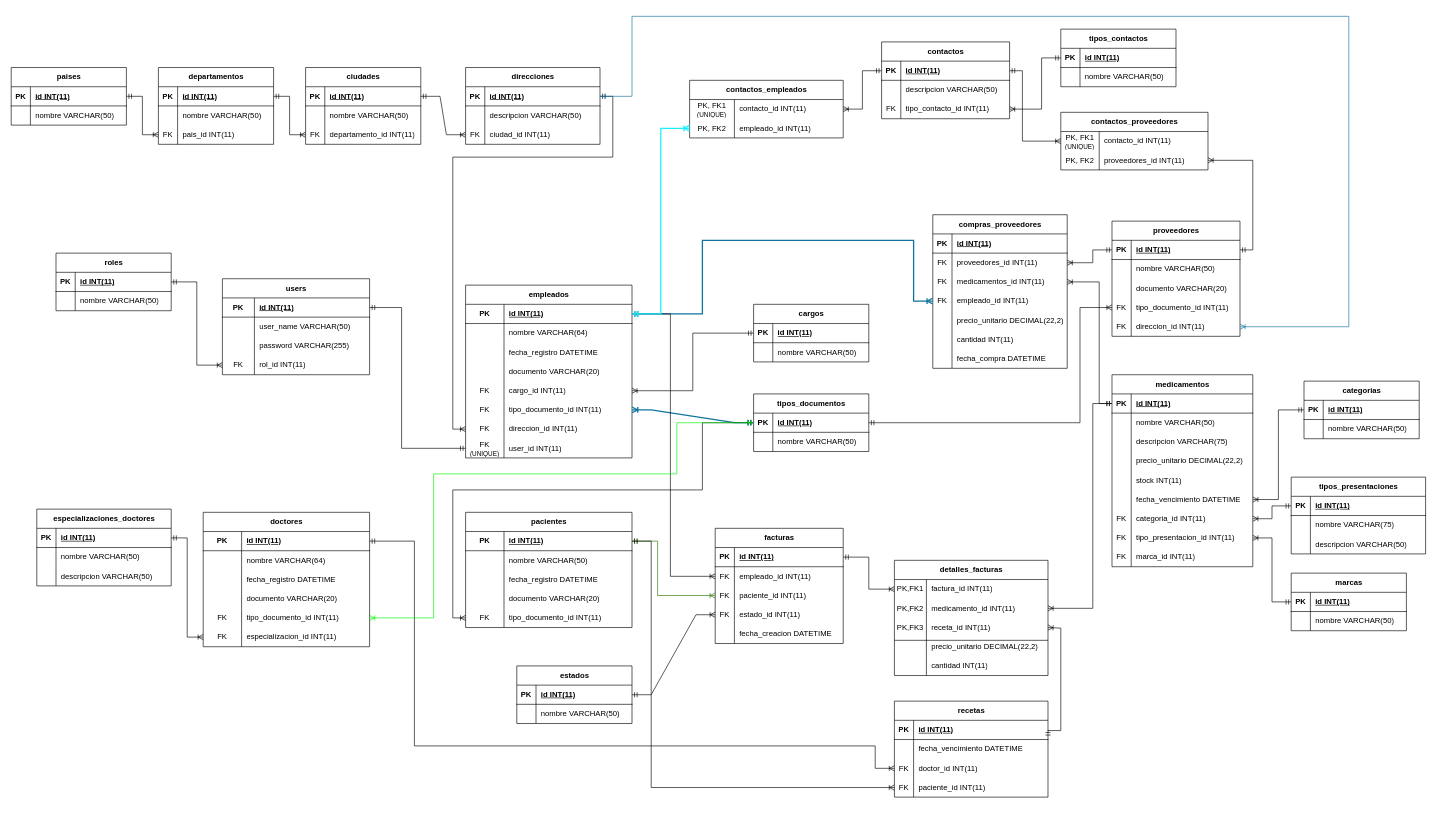
The draw.io diagram recursos/Diagrama BD v2.0.drawio in Alexander-Calderon/farmacia_v2, before the edit. Source tidied: cells renumbered, new cells numbered last; positions are measured from the earlier drawing's top-left corner, leaving out a move shared by most shapes. Both pictures are drawn from the tidied source at 64%, with x=0, y=0 at pixel (11, 16).
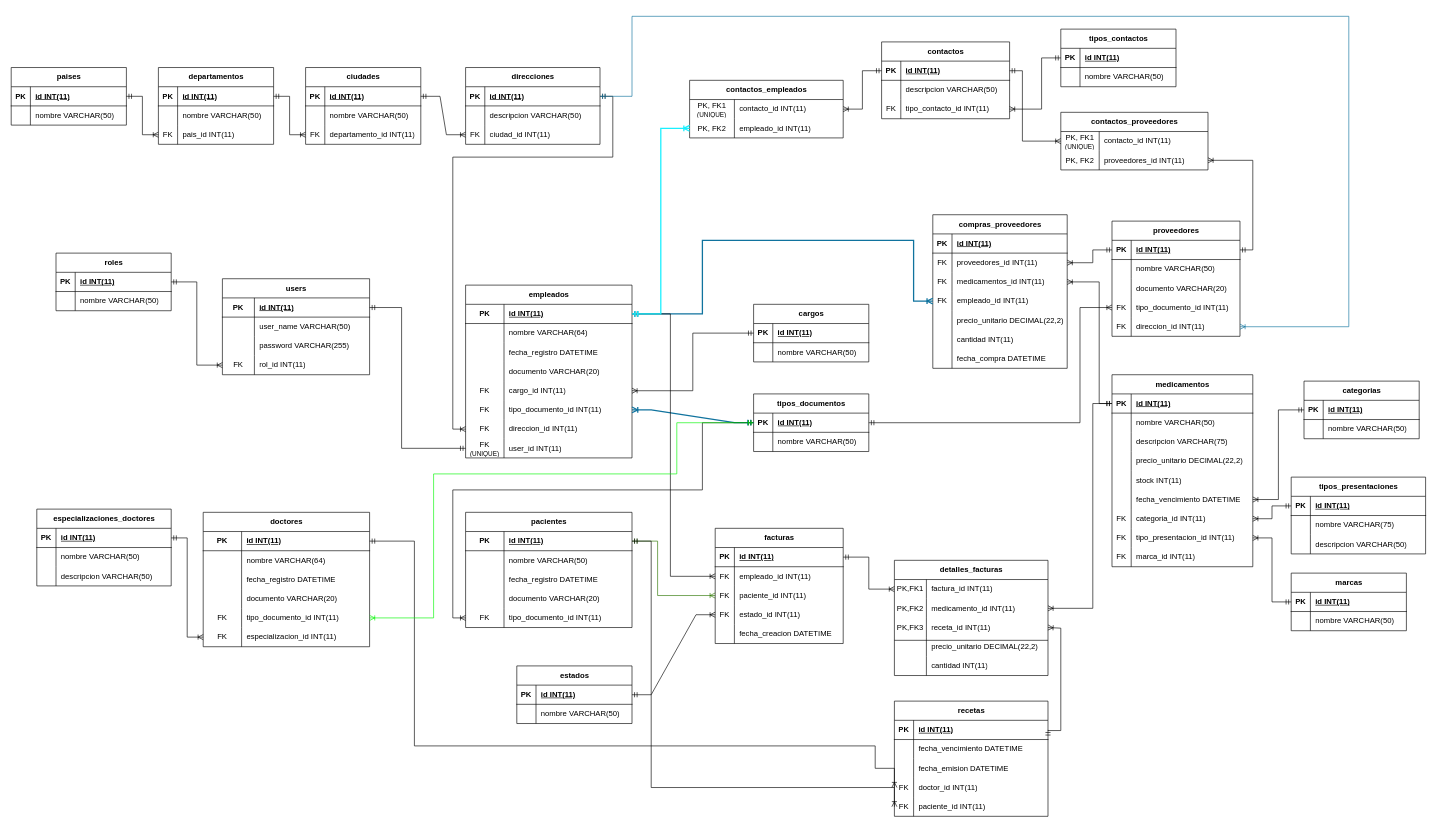
The same page after the edit.

The edit, as a diff of the source:
```diff
@@
     <mxCell id="235" value="recetas" style="shape=table;startSize=30;childLayout=tableLayout;rowLines=0;fontStyle=1;align=center;html=1;" parent="1" vertex="1">
-      <mxGeometry x="1380" y="1070" width="240" height="150" as="geometry" />
+      <mxGeometry x="1380" y="1070" width="240" height="180" as="geometry" />
     </mxCell>
@@
+    <mxCell id="350" style="shape=tableRow;horizontal=0;startSize=0;swimlaneHead=0;swimlaneBody=0;fillColor=none;top=0;left=0;right=0;bottom=0;" parent="235" vertex="1">
+      <mxGeometry y="90" width="240" height="30" as="geometry" />
+    </mxCell>
+    <mxCell id="351" style="shape=partialRectangle;fillColor=none;top=0;left=0;bottom=0;right=0;overflow=hidden;whiteSpace=wrap;html=1;" parent="350" vertex="1">
+      <mxGeometry width="30" height="30" as="geometry" />
+    </mxCell>
+    <mxCell id="352" value="fecha_emision DATETIME" style="shape=partialRectangle;fillColor=none;top=0;left=0;bottom=0;right=0;align=left;spacingLeft=6;overflow=hidden;whiteSpace=wrap;html=1;" parent="350" vertex="1">
+      <mxGeometry x="30" width="210" height="30" as="geometry" />
+    </mxCell>
     <mxCell id="242" style="shape=tableRow;horizontal=0;startSize=0;swimlaneHead=0;swimlaneBody=0;fillColor=none;points=[[0,0.5],[1,0.5]];portConstraint=eastwest;top=0;left=0;right=0;bottom=0;" parent="235" vertex="1">
-      <mxGeometry y="90" width="240" height="30" as="geometry" />
+      <mxGeometry y="120" width="240" height="30" as="geometry" />
     </mxCell>
@@
     <mxCell id="245" style="shape=tableRow;horizontal=0;startSize=0;swimlaneHead=0;swimlaneBody=0;fillColor=none;points=[[0,0.5],[1,0.5]];portConstraint=eastwest;top=0;left=0;right=0;bottom=0;" parent="235" vertex="1">
-      <mxGeometry y="120" width="240" height="30" as="geometry" />
+      <mxGeometry y="150" width="240" height="30" as="geometry" />
     </mxCell>
```
